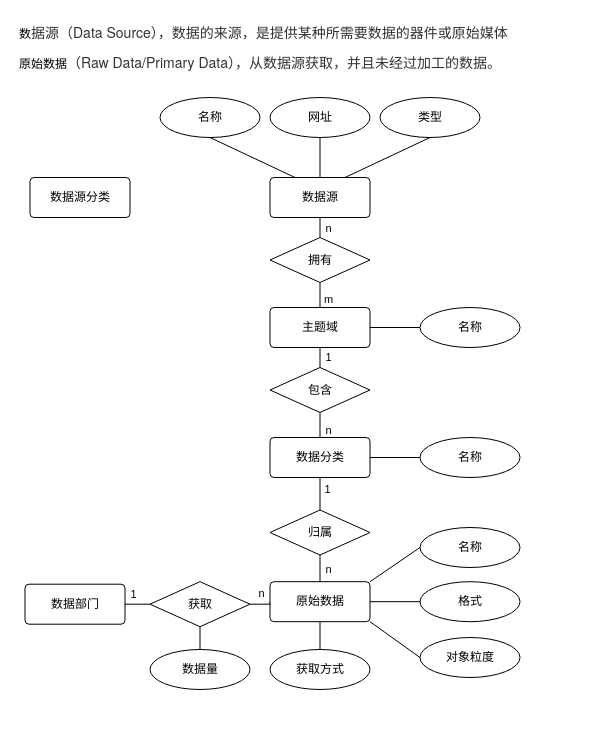
Before: 数据源模型.drawio in wangzijia122/drawio_repository, a draw.io diagram. Source tidied: cells renumbered, new cells numbered last; positions are measured from the earlier drawing's top-left corner, leaving out a move shared by most shapes. Both pictures are drawn from the tidied source at 100%, with x=0, y=0 at pixel (17, 17).
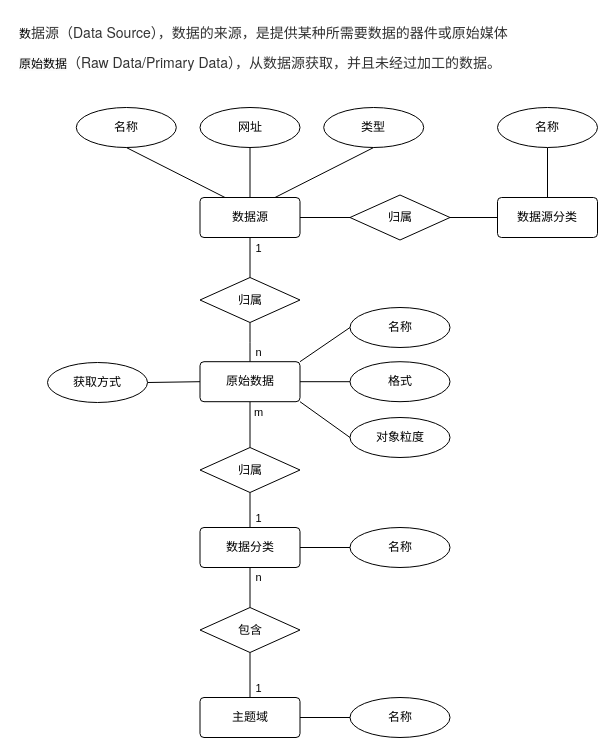
The same page after the edit.

Commit message:
更新数据源模型.drawio

Diff of the diagram source:
```diff
@@
-    <mxCell id="3" style="edgeStyle=orthogonalEdgeStyle;rounded=0;jettySize=auto;html=1;exitX=1;exitY=0.5;exitDx=0;exitDy=0;entryX=0;entryY=0.5;entryDx=0;entryDy=0;endArrow=none;endFill=0;" parent="1" edge="1" source="5" target="13">
-      <mxGeometry relative="1" as="geometry" />
-    </mxCell>
-    <mxCell id="4" value="1" style="edgeLabel;html=1;align=center;verticalAlign=middle;" parent="3" vertex="1">
-      <mxGeometry x="-0.62" y="2" relative="1" as="geometry">
-        <mxPoint x="3" y="-8" as="offset" />
-      </mxGeometry>
-    </mxCell>
-    <mxCell id="5" value="数据部门" style="rounded=1;arcSize=10;whiteSpace=wrap;html=1;align=center;" parent="1" vertex="1">
-      <mxGeometry x="7.5" y="566.7" width="100" height="40" as="geometry" />
-    </mxCell>
-    <mxCell id="6" style="edgeStyle=orthogonalEdgeStyle;rounded=0;jettySize=auto;html=1;exitX=1;exitY=0.5;exitDx=0;exitDy=0;entryX=0;entryY=0.5;entryDx=0;entryDy=0;endArrow=none;endFill=0;" parent="1" edge="1" source="9" target="14">
-      <mxGeometry relative="1" as="geometry" />
-    </mxCell>
-    <mxCell id="7" style="edgeStyle=orthogonalEdgeStyle;rounded=0;jettySize=auto;html=1;exitX=0.5;exitY=1;exitDx=0;exitDy=0;entryX=0.5;entryY=0;entryDx=0;entryDy=0;endArrow=none;endFill=0;" parent="1" edge="1" source="9" target="36">
-      <mxGeometry relative="1" as="geometry" />
-    </mxCell>
-    <mxCell id="8" value="1" style="edgeLabel;html=1;align=center;verticalAlign=middle;" parent="7" vertex="1">
-      <mxGeometry x="-0.27" y="1" relative="1" as="geometry">
-        <mxPoint x="7" y="2" as="offset" />
-      </mxGeometry>
-    </mxCell>
-    <mxCell id="9" value="主题域" style="rounded=1;arcSize=10;whiteSpace=wrap;html=1;align=center;" parent="1" vertex="1">
-      <mxGeometry x="252.5" y="290" width="100" height="40" as="geometry" />
-    </mxCell>
-    <mxCell id="10" style="edgeStyle=orthogonalEdgeStyle;rounded=0;jettySize=auto;html=1;exitX=1;exitY=0.5;exitDx=0;exitDy=0;entryX=0;entryY=0.5;entryDx=0;entryDy=0;endArrow=none;endFill=0;" parent="1" edge="1" source="13" target="41">
-      <mxGeometry relative="1" as="geometry" />
-    </mxCell>
-    <mxCell id="11" value="n" style="edgeLabel;html=1;align=center;verticalAlign=middle;" parent="10" vertex="1">
-      <mxGeometry x="0.14" y="4" relative="1" as="geometry">
-        <mxPoint x="-2" y="-7" as="offset" />
-      </mxGeometry>
-    </mxCell>
-    <mxCell id="12" style="edgeStyle=orthogonalEdgeStyle;rounded=0;jettySize=auto;html=1;exitX=0.5;exitY=1;exitDx=0;exitDy=0;entryX=0.5;entryY=0;entryDx=0;entryDy=0;endArrow=none;endFill=0;" parent="1" edge="1" source="13" target="15">
-      <mxGeometry relative="1" as="geometry" />
-    </mxCell>
-    <mxCell id="13" value="获取" style="shape=rhombus;perimeter=rhombusPerimeter;whiteSpace=wrap;html=1;align=center;" parent="1" vertex="1">
-      <mxGeometry x="132.5" y="564.2" width="100" height="45" as="geometry" />
-    </mxCell>
-    <mxCell id="14" value="名称" style="ellipse;whiteSpace=wrap;html=1;align=center;" parent="1" vertex="1">
-      <mxGeometry x="402.5" y="290" width="100" height="40" as="geometry" />
-    </mxCell>
-    <mxCell id="15" value="数据量" style="ellipse;whiteSpace=wrap;html=1;align=center;" parent="1" vertex="1">
-      <mxGeometry x="132.5" y="632" width="100" height="40" as="geometry" />
-    </mxCell>
-    <mxCell id="16" style="rounded=0;jettySize=auto;html=1;exitX=0.75;exitY=0;exitDx=0;exitDy=0;entryX=0.5;entryY=1;entryDx=0;entryDy=0;endArrow=none;endFill=0;" parent="1" edge="1" source="29" target="19">
-      <mxGeometry relative="1" as="geometry" />
-    </mxCell>
-    <mxCell id="17" style="rounded=0;jettySize=auto;html=1;exitX=0.5;exitY=0;exitDx=0;exitDy=0;entryX=0.5;entryY=1;entryDx=0;entryDy=0;endArrow=none;endFill=0;" parent="1" edge="1" source="29" target="20">
-      <mxGeometry relative="1" as="geometry" />
-    </mxCell>
-    <mxCell id="18" style="rounded=0;jettySize=auto;html=1;exitX=0.25;exitY=0;exitDx=0;exitDy=0;entryX=0.5;entryY=1;entryDx=0;entryDy=0;endArrow=none;endFill=0;" parent="1" edge="1" source="29" target="21">
-      <mxGeometry relative="1" as="geometry" />
-    </mxCell>
-    <mxCell id="19" value="类型" style="ellipse;whiteSpace=wrap;html=1;align=center;" parent="1" vertex="1">
-      <mxGeometry x="362.5" y="80" width="100" height="40" as="geometry" />
-    </mxCell>
-    <mxCell id="20" value="网址" style="ellipse;whiteSpace=wrap;html=1;align=center;" parent="1" vertex="1">
-      <mxGeometry x="252.5" y="80" width="100" height="40" as="geometry" />
-    </mxCell>
-    <mxCell id="21" value="名称" style="ellipse;whiteSpace=wrap;html=1;align=center;" parent="1" vertex="1">
-      <mxGeometry x="142.5" y="80" width="100" height="40" as="geometry" />
-    </mxCell>
-    <mxCell id="22" style="edgeStyle=orthogonalEdgeStyle;rounded=0;jettySize=auto;html=1;exitX=1;exitY=0.5;exitDx=0;exitDy=0;entryX=0;entryY=0.5;entryDx=0;entryDy=0;endArrow=none;endFill=0;" parent="1" edge="1" source="25" target="26">
-      <mxGeometry relative="1" as="geometry" />
-    </mxCell>
-    <mxCell id="23" style="edgeStyle=orthogonalEdgeStyle;rounded=0;jettySize=auto;html=1;exitX=0.5;exitY=1;exitDx=0;exitDy=0;entryX=0.5;entryY=0;entryDx=0;entryDy=0;endArrow=none;endFill=0;" parent="1" edge="1" source="25" target="47">
-      <mxGeometry relative="1" as="geometry" />
-    </mxCell>
-    <mxCell id="24" value="1" style="edgeLabel;html=1;align=center;verticalAlign=middle;" parent="23" vertex="1">
-      <mxGeometry x="-0.49" y="2" relative="1" as="geometry">
-        <mxPoint x="5" y="3" as="offset" />
-      </mxGeometry>
-    </mxCell>
-    <mxCell id="25" value="数据分类" style="rounded=1;arcSize=10;whiteSpace=wrap;html=1;align=center;" parent="1" vertex="1">
-      <mxGeometry x="252.5" y="420" width="100" height="40" as="geometry" />
-    </mxCell>
-    <mxCell id="26" value="名称" style="ellipse;whiteSpace=wrap;html=1;align=center;" parent="1" vertex="1">
-      <mxGeometry x="402.5" y="420" width="100" height="40" as="geometry" />
-    </mxCell>
-    <mxCell id="27" style="edgeStyle=orthogonalEdgeStyle;rounded=0;jettySize=auto;html=1;exitX=0.5;exitY=1;exitDx=0;exitDy=0;entryX=0.5;entryY=0;entryDx=0;entryDy=0;endArrow=none;endFill=0;" parent="1" edge="1" source="29" target="33">
-      <mxGeometry relative="1" as="geometry" />
-    </mxCell>
-    <mxCell id="28" value="n" style="edgeLabel;html=1;align=center;verticalAlign=middle;" parent="27" vertex="1">
-      <mxGeometry x="-0.46" y="1" relative="1" as="geometry">
-        <mxPoint x="7" y="5" as="offset" />
-      </mxGeometry>
-    </mxCell>
-    <mxCell id="29" value="数据源" style="rounded=1;arcSize=10;whiteSpace=wrap;html=1;align=center;" parent="1" vertex="1">
-      <mxGeometry x="252.5" y="160" width="100" height="40" as="geometry" />
-    </mxCell>
+    <mxCell id="50" style="rounded=0;jettySize=auto;html=1;exitX=0.5;exitY=0;exitDx=0;exitDy=0;entryX=0.5;entryY=1;entryDx=0;entryDy=0;endArrow=none;endFill=0;" parent="1" edge="1" source="30" target="73">
+      <mxGeometry relative="1" as="geometry" />
+    </mxCell>
     <mxCell id="30" value="数据源分类" style="rounded=1;arcSize=10;whiteSpace=wrap;html=1;align=center;" parent="1" vertex="1">
-      <mxGeometry x="12.5" y="160" width="100" height="40" as="geometry" />
+      <mxGeometry x="480" y="180" width="100" height="40" as="geometry" />
     </mxCell>
-    <mxCell id="31" style="edgeStyle=orthogonalEdgeStyle;rounded=0;jettySize=auto;html=1;exitX=0.5;exitY=1;exitDx=0;exitDy=0;entryX=0.5;entryY=0;entryDx=0;entryDy=0;endArrow=none;endFill=0;" parent="1" edge="1" source="33" target="9">
-      <mxGeometry relative="1" as="geometry" />
-    </mxCell>
-    <mxCell id="32" value="m" style="edgeLabel;html=1;align=center;verticalAlign=middle;" parent="31" vertex="1">
-      <mxGeometry x="0.25" y="1" relative="1" as="geometry">
-        <mxPoint x="7" as="offset" />
-      </mxGeometry>
-    </mxCell>
-    <mxCell id="33" value="拥有" style="shape=rhombus;perimeter=rhombusPerimeter;whiteSpace=wrap;html=1;align=center;" parent="1" vertex="1">
-      <mxGeometry x="252.5" y="220" width="100" height="45" as="geometry" />
-    </mxCell>
-    <mxCell id="34" style="edgeStyle=orthogonalEdgeStyle;rounded=0;jettySize=auto;html=1;exitX=0.5;exitY=1;exitDx=0;exitDy=0;entryX=0.5;entryY=0;entryDx=0;entryDy=0;endArrow=none;endFill=0;" parent="1" edge="1" source="36" target="25">
-      <mxGeometry relative="1" as="geometry" />
-    </mxCell>
-    <mxCell id="35" value="n" style="edgeLabel;html=1;align=center;verticalAlign=middle;" parent="34" vertex="1">
-      <mxGeometry x="0.32" relative="1" as="geometry">
-        <mxPoint x="8" as="offset" />
-      </mxGeometry>
-    </mxCell>
-    <mxCell id="36" value="包含" style="shape=rhombus;perimeter=rhombusPerimeter;whiteSpace=wrap;html=1;align=center;" parent="1" vertex="1">
-      <mxGeometry x="252.5" y="350" width="100" height="45" as="geometry" />
-    </mxCell>
@@
-    <mxCell id="40" style="rounded=0;jettySize=auto;html=1;exitX=0.5;exitY=1;exitDx=0;exitDy=0;endArrow=none;endFill=0;" parent="1" edge="1" source="41" target="48">
+    <mxCell id="40" style="rounded=0;jettySize=auto;html=1;exitX=0;exitY=0.5;exitDx=0;exitDy=0;endArrow=none;endFill=0;entryX=1;entryY=0.5;entryDx=0;entryDy=0;" parent="1" edge="1" source="41" target="48">
       <mxGeometry relative="1" as="geometry" />
     </mxCell>
+    <mxCell id="51" style="rounded=0;jettySize=auto;html=1;exitX=0.5;exitY=1;exitDx=0;exitDy=0;entryX=0.5;entryY=0;entryDx=0;entryDy=0;endArrow=none;endFill=0;" parent="1" edge="1" source="41" target="62">
+      <mxGeometry relative="1" as="geometry" />
+    </mxCell>
+    <mxCell id="32" value="m" style="edgeLabel;html=1;align=center;verticalAlign=middle;" parent="51" vertex="1">
+      <mxGeometry x="-0.56" y="1" relative="1" as="geometry">
+        <mxPoint x="7" as="offset" />
+      </mxGeometry>
+    </mxCell>
     <mxCell id="41" value="原始数据" style="rounded=1;arcSize=10;whiteSpace=wrap;html=1;align=center;" parent="1" vertex="1">
-      <mxGeometry x="252.5" y="564.2" width="100" height="40" as="geometry" />
+      <mxGeometry x="182.5" y="344.2" width="100" height="40" as="geometry" />
     </mxCell>
     <mxCell id="42" value="名称" style="ellipse;whiteSpace=wrap;html=1;align=center;" parent="1" vertex="1">
-      <mxGeometry x="402.5" y="510" width="100" height="40" as="geometry" />
+      <mxGeometry x="332.5" y="290" width="100" height="40" as="geometry" />
     </mxCell>
     <mxCell id="43" value="格式" style="ellipse;whiteSpace=wrap;html=1;align=center;" parent="1" vertex="1">
-      <mxGeometry x="402.5" y="564.2" width="100" height="40" as="geometry" />
+      <mxGeometry x="332.5" y="344.2" width="100" height="40" as="geometry" />
     </mxCell>
     <mxCell id="44" value="对象粒度" style="ellipse;whiteSpace=wrap;html=1;align=center;" parent="1" vertex="1">
-      <mxGeometry x="402.5" y="620" width="100" height="40" as="geometry" />
+      <mxGeometry x="332.5" y="400" width="100" height="40" as="geometry" />
     </mxCell>
-    <mxCell id="45" style="edgeStyle=orthogonalEdgeStyle;rounded=0;jettySize=auto;html=1;exitX=0.5;exitY=1;exitDx=0;exitDy=0;entryX=0.5;entryY=0;entryDx=0;entryDy=0;endArrow=none;endFill=0;" parent="1" edge="1" source="47" target="41">
-      <mxGeometry relative="1" as="geometry" />
-    </mxCell>
-    <mxCell id="46" value="n" style="edgeLabel;html=1;align=center;verticalAlign=middle;" parent="45" vertex="1">
-      <mxGeometry x="0.02" y="2" relative="1" as="geometry">
-        <mxPoint x="6" as="offset" />
-      </mxGeometry>
-    </mxCell>
-    <mxCell id="47" value="归属" style="shape=rhombus;perimeter=rhombusPerimeter;whiteSpace=wrap;html=1;align=center;" parent="1" vertex="1">
-      <mxGeometry x="252.5" y="492.5" width="100" height="45" as="geometry" />
-    </mxCell>
     <mxCell id="48" value="获取方式" style="ellipse;whiteSpace=wrap;html=1;align=center;" parent="1" vertex="1">
-      <mxGeometry x="252.5" y="632" width="100" height="40" as="geometry" />
+      <mxGeometry x="30" y="345" width="100" height="40" as="geometry" />
     </mxCell>
@@
+    <mxCell id="52" style="edgeStyle=orthogonalEdgeStyle;rounded=0;jettySize=auto;html=1;exitX=0.5;exitY=1;exitDx=0;exitDy=0;endArrow=none;endFill=0;" parent="1" edge="1" source="54" target="41">
+      <mxGeometry relative="1" as="geometry" />
+    </mxCell>
+    <mxCell id="53" value="n" style="edgeLabel;html=1;align=center;verticalAlign=middle;" parent="52" vertex="1">
+      <mxGeometry x="0.51" y="2" relative="1" as="geometry">
+        <mxPoint x="6" as="offset" />
+      </mxGeometry>
+    </mxCell>
+    <mxCell id="54" value="归属" style="shape=rhombus;perimeter=rhombusPerimeter;whiteSpace=wrap;html=1;align=center;" parent="1" vertex="1">
+      <mxGeometry x="182.5" y="260" width="100" height="45" as="geometry" />
+    </mxCell>
+    <mxCell id="55" style="rounded=0;jettySize=auto;html=1;exitX=0.25;exitY=0;exitDx=0;exitDy=0;entryX=0.5;entryY=1;entryDx=0;entryDy=0;endArrow=none;endFill=0;" parent="1" edge="1" source="29" target="59">
+      <mxGeometry relative="1" as="geometry" />
+    </mxCell>
+    <mxCell id="17" style="rounded=0;jettySize=auto;html=1;exitX=0.5;exitY=0;exitDx=0;exitDy=0;entryX=0.5;entryY=1;entryDx=0;entryDy=0;endArrow=none;endFill=0;" parent="1" edge="1" source="29" target="20">
+      <mxGeometry relative="1" as="geometry" />
+    </mxCell>
+    <mxCell id="16" style="rounded=0;jettySize=auto;html=1;exitX=0.75;exitY=0;exitDx=0;exitDy=0;entryX=0.5;entryY=1;entryDx=0;entryDy=0;endArrow=none;endFill=0;" parent="1" edge="1" source="29" target="19">
+      <mxGeometry relative="1" as="geometry" />
+    </mxCell>
+    <mxCell id="56" style="edgeStyle=orthogonalEdgeStyle;rounded=0;jettySize=auto;html=1;exitX=0.5;exitY=1;exitDx=0;exitDy=0;entryX=0.5;entryY=0;entryDx=0;entryDy=0;endArrow=none;endFill=0;" parent="1" edge="1" source="29" target="54">
+      <mxGeometry relative="1" as="geometry" />
+    </mxCell>
+    <mxCell id="57" value="1" style="edgeLabel;html=1;align=center;verticalAlign=middle;" parent="56" vertex="1">
+      <mxGeometry x="-0.71" y="1" relative="1" as="geometry">
+        <mxPoint x="7" y="4" as="offset" />
+      </mxGeometry>
+    </mxCell>
+    <mxCell id="58" style="rounded=0;jettySize=auto;html=1;exitX=1;exitY=0.5;exitDx=0;exitDy=0;entryX=0;entryY=0.5;entryDx=0;entryDy=0;endArrow=none;endFill=0;" parent="1" edge="1" source="29" target="72">
+      <mxGeometry relative="1" as="geometry" />
+    </mxCell>
+    <mxCell id="29" value="数据源" style="rounded=1;arcSize=10;whiteSpace=wrap;html=1;align=center;" parent="1" vertex="1">
+      <mxGeometry x="182.5" y="180" width="100" height="40" as="geometry" />
+    </mxCell>
+    <mxCell id="19" value="类型" style="ellipse;whiteSpace=wrap;html=1;align=center;" parent="1" vertex="1">
+      <mxGeometry x="306.2" y="90" width="100" height="40" as="geometry" />
+    </mxCell>
+    <mxCell id="20" value="网址" style="ellipse;whiteSpace=wrap;html=1;align=center;" parent="1" vertex="1">
+      <mxGeometry x="182.5" y="90" width="100" height="40" as="geometry" />
+    </mxCell>
+    <mxCell id="59" value="名称" style="ellipse;whiteSpace=wrap;html=1;align=center;" parent="1" vertex="1">
+      <mxGeometry x="58.8" y="90" width="100" height="40" as="geometry" />
+    </mxCell>
+    <mxCell id="60" style="rounded=0;jettySize=auto;html=1;exitX=0.5;exitY=1;exitDx=0;exitDy=0;entryX=0.5;entryY=0;entryDx=0;entryDy=0;endArrow=none;endFill=0;" parent="1" edge="1" source="62" target="25">
+      <mxGeometry relative="1" as="geometry" />
+    </mxCell>
+    <mxCell id="61" value="1" style="edgeLabel;html=1;align=center;verticalAlign=middle;" parent="60" vertex="1">
+      <mxGeometry x="0.43" y="2" relative="1" as="geometry">
+        <mxPoint x="6" as="offset" />
+      </mxGeometry>
+    </mxCell>
+    <mxCell id="62" value="归属" style="shape=rhombus;perimeter=rhombusPerimeter;whiteSpace=wrap;html=1;align=center;" parent="1" vertex="1">
+      <mxGeometry x="182.5" y="430" width="100" height="45" as="geometry" />
+    </mxCell>
+    <mxCell id="63" style="rounded=0;jettySize=auto;html=1;exitX=0.5;exitY=1;exitDx=0;exitDy=0;entryX=0.5;entryY=0;entryDx=0;entryDy=0;endArrow=none;endFill=0;" parent="1" edge="1" source="25" target="36">
+      <mxGeometry relative="1" as="geometry" />
+    </mxCell>
+    <mxCell id="64" value="n" style="edgeLabel;html=1;align=center;verticalAlign=middle;" parent="63" vertex="1">
+      <mxGeometry x="-0.56" y="1" relative="1" as="geometry">
+        <mxPoint x="7" as="offset" />
+      </mxGeometry>
+    </mxCell>
+    <mxCell id="65" style="rounded=0;jettySize=auto;html=1;exitX=1;exitY=0.5;exitDx=0;exitDy=0;endArrow=none;endFill=0;" parent="1" edge="1" source="25" target="66">
+      <mxGeometry relative="1" as="geometry" />
+    </mxCell>
+    <mxCell id="25" value="数据分类" style="rounded=1;arcSize=10;whiteSpace=wrap;html=1;align=center;" parent="1" vertex="1">
+      <mxGeometry x="182.5" y="510" width="100" height="40" as="geometry" />
+    </mxCell>
+    <mxCell id="66" value="名称" style="ellipse;whiteSpace=wrap;html=1;align=center;" parent="1" vertex="1">
+      <mxGeometry x="332.5" y="510" width="100" height="40" as="geometry" />
+    </mxCell>
+    <mxCell id="67" style="rounded=0;jettySize=auto;html=1;exitX=0.5;exitY=1;exitDx=0;exitDy=0;entryX=0.5;entryY=0;entryDx=0;entryDy=0;endArrow=none;endFill=0;" parent="1" edge="1" source="36" target="9">
+      <mxGeometry relative="1" as="geometry" />
+    </mxCell>
+    <mxCell id="68" value="1" style="edgeLabel;html=1;align=center;verticalAlign=middle;" parent="67" vertex="1">
+      <mxGeometry x="0.56" y="1" relative="1" as="geometry">
+        <mxPoint x="7" as="offset" />
+      </mxGeometry>
+    </mxCell>
+    <mxCell id="36" value="包含" style="shape=rhombus;perimeter=rhombusPerimeter;whiteSpace=wrap;html=1;align=center;" parent="1" vertex="1">
+      <mxGeometry x="182.5" y="590" width="100" height="45" as="geometry" />
+    </mxCell>
+    <mxCell id="69" style="rounded=0;jettySize=auto;html=1;exitX=1;exitY=0.5;exitDx=0;exitDy=0;entryX=0;entryY=0.5;entryDx=0;entryDy=0;endArrow=none;endFill=0;" parent="1" edge="1" source="9" target="70">
+      <mxGeometry relative="1" as="geometry" />
+    </mxCell>
+    <mxCell id="9" value="主题域" style="rounded=1;arcSize=10;whiteSpace=wrap;html=1;align=center;" parent="1" vertex="1">
+      <mxGeometry x="182.5" y="680" width="100" height="40" as="geometry" />
+    </mxCell>
+    <mxCell id="70" value="名称" style="ellipse;whiteSpace=wrap;html=1;align=center;" parent="1" vertex="1">
+      <mxGeometry x="332.5" y="680" width="100" height="40" as="geometry" />
+    </mxCell>
+    <mxCell id="71" style="rounded=0;jettySize=auto;html=1;exitX=1;exitY=0.5;exitDx=0;exitDy=0;entryX=0;entryY=0.5;entryDx=0;entryDy=0;endArrow=none;endFill=0;" parent="1" edge="1" source="72" target="30">
+      <mxGeometry relative="1" as="geometry" />
+    </mxCell>
+    <mxCell id="72" value="归属" style="shape=rhombus;perimeter=rhombusPerimeter;whiteSpace=wrap;html=1;align=center;" parent="1" vertex="1">
+      <mxGeometry x="332.5" y="177.5" width="100" height="45" as="geometry" />
+    </mxCell>
+    <mxCell id="73" value="名称" style="ellipse;whiteSpace=wrap;html=1;align=center;" parent="1" vertex="1">
+      <mxGeometry x="480" y="90" width="100" height="40" as="geometry" />
+    </mxCell>
```
